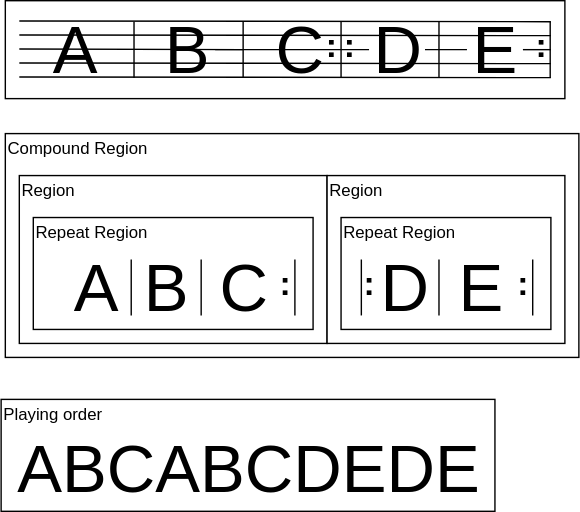
Before: docs/repeat/example05.drawio.svg, a diagram exported from draw.io (ruimo/klavier-core). Source tidied: cells renumbered, new cells last; positions are measured from the earlier drawing's top-left corner, leaving out a move shared by most shapes.
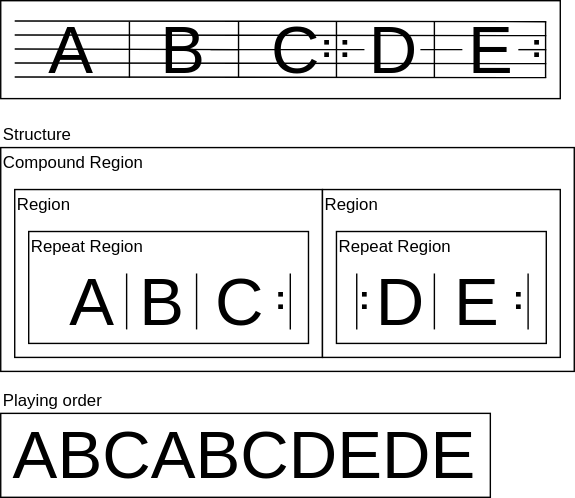
After the change.

Change to the diagram source:
```diff
@@ -6,65 +6,65 @@
       <mxGeometry x="3" y="95" width="410" height="160" as="geometry" />
     </mxCell>
     <mxCell id="3" style="rounded=0;whiteSpace=wrap;html=1;" parent="1" vertex="1">
-      <mxGeometry x="3" width="400" height="70" as="geometry" />
+      <mxGeometry x="3" y="-10" width="400" height="70" as="geometry" />
     </mxCell>
     <mxCell id="4" style="endArrow=none;html=1;" parent="1" edge="1">
       <mxGeometry relative="1" as="geometry">
-        <mxPoint x="13" y="14.5" as="sourcePoint" />
-        <mxPoint x="393" y="15" as="targetPoint" />
+        <mxPoint x="13" y="4.5" as="sourcePoint" />
+        <mxPoint x="393" y="5" as="targetPoint" />
       </mxGeometry>
     </mxCell>
     <mxCell id="5" style="endArrow=none;html=1;" parent="1" edge="1">
       <mxGeometry relative="1" as="geometry">
-        <mxPoint x="13" y="24.5" as="sourcePoint" />
-        <mxPoint x="393" y="25" as="targetPoint" />
+        <mxPoint x="13" y="14.5" as="sourcePoint" />
+        <mxPoint x="393" y="15" as="targetPoint" />
       </mxGeometry>
     </mxCell>
     <mxCell id="6" style="endArrow=none;html=1;" parent="1" edge="1" source="31">
       <mxGeometry relative="1" as="geometry">
-        <mxPoint x="393" y="35" as="targetPoint" />
+        <mxPoint x="393" y="25" as="targetPoint" />
       </mxGeometry>
     </mxCell>
     <mxCell id="7" style="endArrow=none;html=1;" parent="1" edge="1">
       <mxGeometry relative="1" as="geometry">
-        <mxPoint x="13" y="44.5" as="sourcePoint" />
-        <mxPoint x="393" y="45" as="targetPoint" />
+        <mxPoint x="13" y="34.5" as="sourcePoint" />
+        <mxPoint x="393" y="35" as="targetPoint" />
       </mxGeometry>
     </mxCell>
     <mxCell id="8" style="endArrow=none;html=1;" parent="1" edge="1">
       <mxGeometry relative="1" as="geometry">
-        <mxPoint x="13" y="54.5" as="sourcePoint" />
-        <mxPoint x="393" y="55" as="targetPoint" />
+        <mxPoint x="13" y="44.5" as="sourcePoint" />
+        <mxPoint x="393" y="45" as="targetPoint" />
       </mxGeometry>
     </mxCell>
     <mxCell id="9" value="&lt;font style=&quot;font-size: 48px&quot;&gt;A&lt;/font&gt;" style="text;html=1;strokeColor=none;fillColor=none;align=center;verticalAlign=middle;whiteSpace=wrap;rounded=0;" parent="1" vertex="1">
-      <mxGeometry x="33" y="25" width="40" height="20" as="geometry" />
+      <mxGeometry x="33" y="15" width="40" height="20" as="geometry" />
     </mxCell>
     <mxCell id="10" style="endArrow=none;html=1;" parent="1" edge="1">
       <mxGeometry relative="1" as="geometry">
-        <mxPoint x="13" y="34.5" as="sourcePoint" />
-        <mxPoint x="173" y="35" as="targetPoint" />
+        <mxPoint x="13" y="24.5" as="sourcePoint" />
+        <mxPoint x="173" y="25" as="targetPoint" />
       </mxGeometry>
     </mxCell>
     <mxCell id="11" style="endArrow=none;html=1;" parent="1" edge="1">
       <mxGeometry relative="1" as="geometry">
-        <mxPoint x="173" y="55" as="sourcePoint" />
-        <mxPoint x="173" y="15" as="targetPoint" />
+        <mxPoint x="173" y="45" as="sourcePoint" />
+        <mxPoint x="173" y="5" as="targetPoint" />
       </mxGeometry>
     </mxCell>
     <mxCell id="12" value="&lt;font style=&quot;font-size: 48px&quot;&gt;B&lt;/font&gt;" style="text;html=1;strokeColor=none;fillColor=none;align=center;verticalAlign=middle;whiteSpace=wrap;rounded=0;" parent="1" vertex="1">
-      <mxGeometry x="113" y="25" width="40" height="20" as="geometry" />
+      <mxGeometry x="113" y="15" width="40" height="20" as="geometry" />
     </mxCell>
     <mxCell id="13" value="Compound Region" style="text;html=1;strokeColor=none;fillColor=none;align=left;verticalAlign=middle;whiteSpace=wrap;rounded=0;" parent="1" vertex="1">
       <mxGeometry x="3" y="95" width="200" height="20" as="geometry" />
     </mxCell>
     <mxCell id="14" value="&lt;font style=&quot;font-size: 48px&quot;&gt;C&lt;/font&gt;" style="text;html=1;strokeColor=none;fillColor=none;align=center;verticalAlign=middle;whiteSpace=wrap;rounded=0;" parent="1" vertex="1">
-      <mxGeometry x="193" y="25" width="40" height="20" as="geometry" />
+      <mxGeometry x="193" y="15" width="40" height="20" as="geometry" />
     </mxCell>
     <mxCell id="15" style="endArrow=none;html=1;" parent="1" edge="1">
       <mxGeometry relative="1" as="geometry">
-        <mxPoint x="313" y="55" as="sourcePoint" />
-        <mxPoint x="313" y="15" as="targetPoint" />
+        <mxPoint x="313" y="45" as="sourcePoint" />
+        <mxPoint x="313" y="5" as="targetPoint" />
       </mxGeometry>
     </mxCell>
     <mxCell id="16" style="rounded=0;whiteSpace=wrap;html=1;" parent="1" vertex="1">
@@ -92,7 +92,7 @@
       <mxGeometry x="153" y="195" width="40" height="20" as="geometry" />
     </mxCell>
     <mxCell id="23" style="group;" parent="1" vertex="1">
-      <mxGeometry x="216" y="15" width="40" height="40" as="geometry" />
+      <mxGeometry x="216" y="5" width="40" height="40" as="geometry" />
     </mxCell>
     <mxCell id="24" style="group;" parent="23" vertex="1">
       <mxGeometry width="40" height="40" as="geometry" />
@@ -113,19 +113,19 @@
       <mxGeometry y="7" width="40" height="20" as="geometry" />
     </mxCell>
     <mxCell id="29" value="&lt;font style=&quot;font-size: 48px&quot;&gt;D&lt;/font&gt;" style="text;html=1;strokeColor=none;fillColor=none;align=center;verticalAlign=middle;whiteSpace=wrap;rounded=0;" parent="1" vertex="1">
-      <mxGeometry x="263" y="25" width="40" height="20" as="geometry" />
+      <mxGeometry x="263" y="15" width="40" height="20" as="geometry" />
     </mxCell>
     <mxCell id="30" style="endArrow=none;html=1;" parent="1" edge="1" source="12" target="29">
       <mxGeometry relative="1" as="geometry" />
     </mxCell>
     <mxCell id="31" value="&lt;font style=&quot;font-size: 48px&quot;&gt;E&lt;/font&gt;" style="text;html=1;strokeColor=none;fillColor=none;align=center;verticalAlign=middle;whiteSpace=wrap;rounded=0;" parent="1" vertex="1">
-      <mxGeometry x="333" y="25" width="40" height="20" as="geometry" />
+      <mxGeometry x="333" y="15" width="40" height="20" as="geometry" />
     </mxCell>
     <mxCell id="32" style="endArrow=none;html=1;" parent="1" edge="1" source="29" target="31">
       <mxGeometry relative="1" as="geometry" />
     </mxCell>
     <mxCell id="33" style="group;" parent="1" vertex="1">
-      <mxGeometry x="365.5" y="15" width="40" height="40" as="geometry" />
+      <mxGeometry x="365.5" y="5" width="40" height="40" as="geometry" />
     </mxCell>
     <mxCell id="34" style="endArrow=none;html=1;" parent="33" edge="1">
       <mxGeometry relative="1" as="geometry">
@@ -191,12 +191,12 @@
       <mxGeometry y="7" width="40" height="20" as="geometry" />
     </mxCell>
     <mxCell id="51" value="&lt;font style=&quot;font-size: 24px&quot;&gt;&lt;b&gt;:&lt;/b&gt;&lt;/font&gt;" style="text;html=1;strokeColor=none;fillColor=none;align=center;verticalAlign=middle;whiteSpace=wrap;rounded=0;rotation=0;" parent="1" vertex="1">
-      <mxGeometry x="228.5" y="22" width="40" height="20" as="geometry" />
+      <mxGeometry x="228.5" y="12" width="40" height="20" as="geometry" />
     </mxCell>
     <mxCell id="52" style="endArrow=none;html=1;" parent="1" edge="1">
       <mxGeometry relative="1" as="geometry">
-        <mxPoint x="95" y="55" as="sourcePoint" />
-        <mxPoint x="95" y="15" as="targetPoint" />
+        <mxPoint x="95" y="45" as="sourcePoint" />
+        <mxPoint x="95" y="5" as="targetPoint" />
       </mxGeometry>
     </mxCell>
     <mxCell id="53" value="&lt;font style=&quot;font-size: 48px&quot;&gt;B&lt;/font&gt;" style="text;html=1;strokeColor=none;fillColor=none;align=center;verticalAlign=middle;whiteSpace=wrap;rounded=0;" parent="1" vertex="1">
@@ -230,13 +230,16 @@
       <mxGeometry y="7" width="40" height="20" as="geometry" />
     </mxCell>
     <mxCell id="61" style="rounded=0;whiteSpace=wrap;html=1;" parent="1" vertex="1">
-      <mxGeometry y="285" width="353" height="80" as="geometry" />
+      <mxGeometry x="3" y="285" width="350" height="60" as="geometry" />
     </mxCell>
+    <mxCell id="63" value="&lt;font style=&quot;font-size: 48px&quot;&gt;ABCABCDEDE&lt;/font&gt;" style="text;html=1;strokeColor=none;fillColor=none;align=left;verticalAlign=middle;whiteSpace=wrap;rounded=0;" parent="1" vertex="1">
+      <mxGeometry x="10" y="305" width="40" height="20" as="geometry" />
+    </mxCell>
+    <mxCell id="64" value="Structure" style="text;html=1;strokeColor=none;fillColor=none;align=left;verticalAlign=middle;whiteSpace=wrap;rounded=0;" parent="1" vertex="1">
+      <mxGeometry x="3" y="75" width="140" height="20" as="geometry" />
+    </mxCell>
     <mxCell id="62" value="Playing order" style="text;html=1;strokeColor=none;fillColor=none;align=left;verticalAlign=middle;whiteSpace=wrap;rounded=0;" parent="1" vertex="1">
-      <mxGeometry y="285" width="200" height="20" as="geometry" />
+      <mxGeometry x="3" y="265" width="140" height="20" as="geometry" />
     </mxCell>
-    <mxCell id="63" value="&lt;font style=&quot;font-size: 48px&quot;&gt;ABCABCDEDE&lt;/font&gt;" style="text;html=1;strokeColor=none;fillColor=none;align=left;verticalAlign=middle;whiteSpace=wrap;rounded=0;" parent="1" vertex="1">
-      <mxGeometry x="10" y="325" width="40" height="20" as="geometry" />
-    </mxCell>
   </root>
 </mxGraphModel>
```
